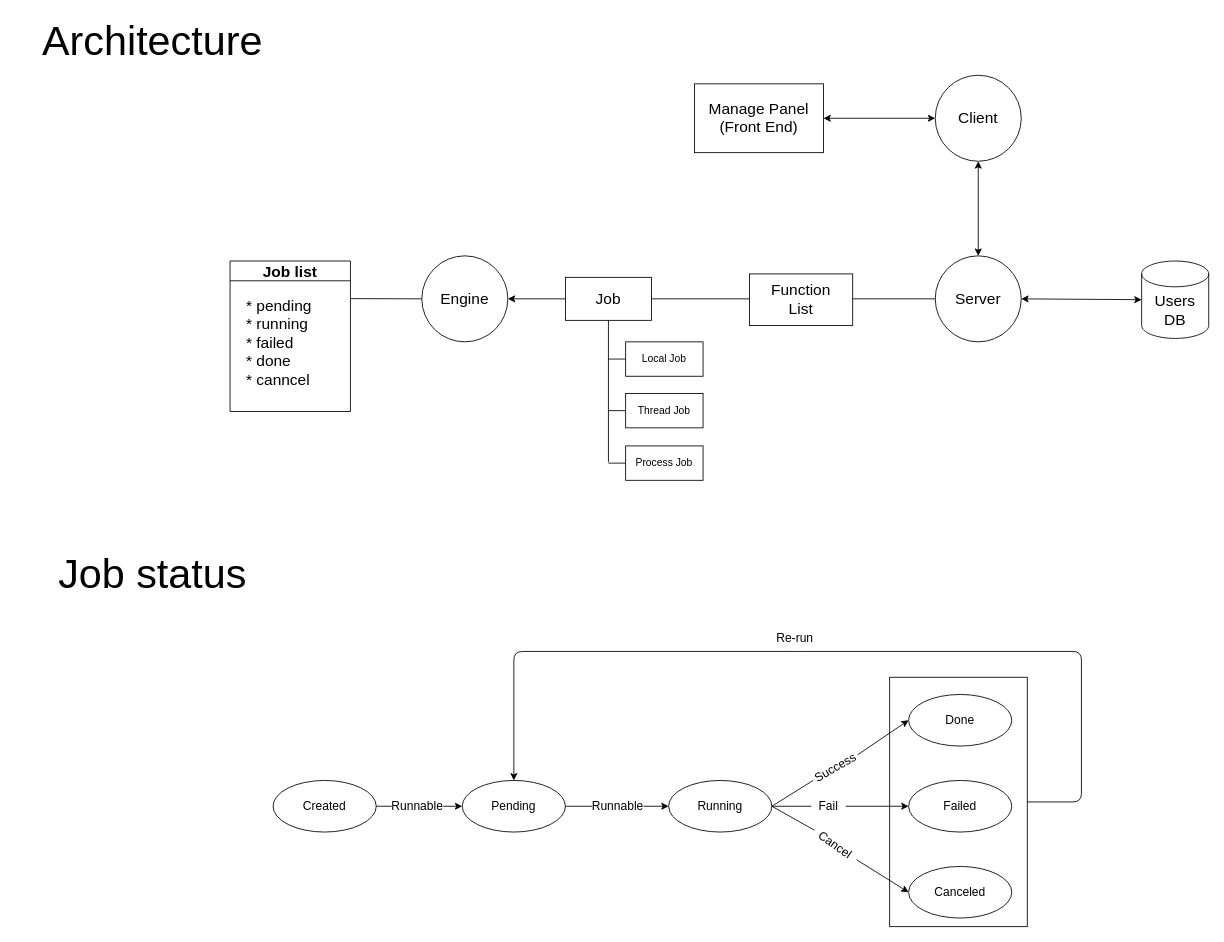
Earlier version of the draw.io diagram doc/arch.drawio (Nanguage/executor-engine). Source tidied: cells renumbered, new cells numbered last; positions are measured from the earlier drawing's top-left corner, leaving out a move shared by most shapes. Both pictures are drawn from the tidied source at 86%, with x=0, y=0 at pixel (15, 15).
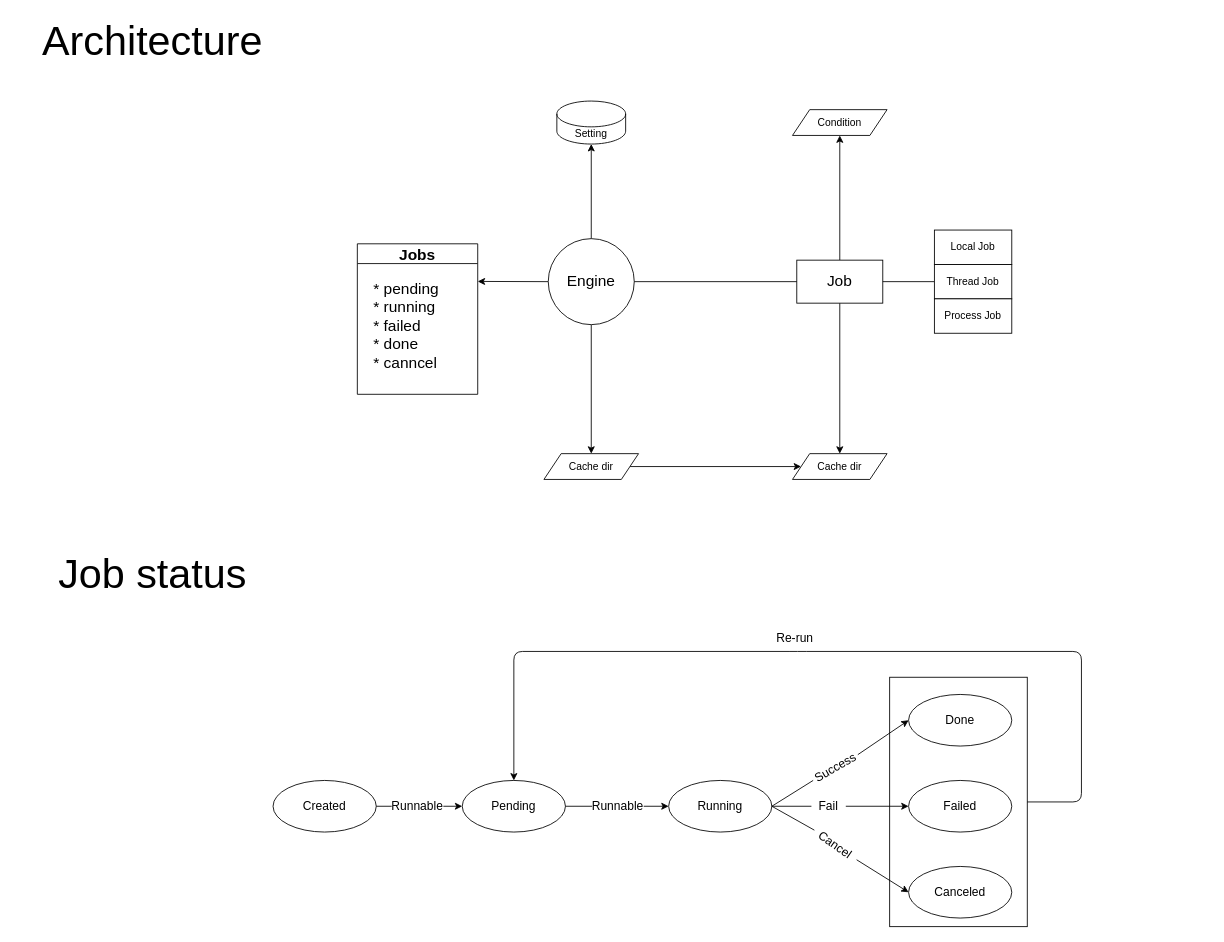
Above is the later version.

Change to the diagram source:
```diff
@@
+    <mxCell id="50" style="edgeStyle=none;html=1;exitX=0.5;exitY=1;exitDx=0;exitDy=0;entryX=0.5;entryY=0;entryDx=0;entryDy=0;" parent="1" edge="1" source="2" target="54">
+      <mxGeometry relative="1" as="geometry" />
+    </mxCell>
+    <mxCell id="51" style="edgeStyle=none;html=1;exitX=0;exitY=0.5;exitDx=0;exitDy=0;entryX=1;entryY=0.25;entryDx=0;entryDy=0;" parent="1" edge="1" source="2" target="3">
+      <mxGeometry relative="1" as="geometry" />
+    </mxCell>
+    <mxCell id="52" style="edgeStyle=none;html=1;exitX=0.5;exitY=0;exitDx=0;exitDy=0;entryX=0.5;entryY=1;entryDx=0;entryDy=0;entryPerimeter=0;" parent="1" edge="1" source="2" target="62">
+      <mxGeometry relative="1" as="geometry" />
+    </mxCell>
     <mxCell id="2" value="&lt;font style=&quot;font-size: 18px&quot;&gt;Engine&lt;/font&gt;" style="ellipse;whiteSpace=wrap;html=1;" parent="1" vertex="1">
-      <mxGeometry x="473" y="280" width="100" height="100" as="geometry" />
+      <mxGeometry x="620" y="260" width="100" height="100" as="geometry" />
     </mxCell>
-    <mxCell id="3" value="Job list" style="swimlane;fontSize=18;" parent="1" vertex="1">
-      <mxGeometry x="250" y="286" width="140" height="175" as="geometry" />
+    <mxCell id="3" value="Jobs" style="swimlane;fontSize=18;" parent="1" vertex="1">
+      <mxGeometry x="398" y="266" width="140" height="175" as="geometry" />
     </mxCell>
@@
-    <mxCell id="5" style="endArrow=none;html=1;fontSize=18;exitX=1;exitY=0.25;exitDx=0;exitDy=0;entryX=0;entryY=0.5;entryDx=0;entryDy=0;" parent="1" edge="1" source="3" target="2">
-      <mxGeometry relative="1" as="geometry" />
-    </mxCell>
-    <mxCell id="6" style="edgeStyle=none;html=1;exitX=0;exitY=0.5;exitDx=0;exitDy=0;entryX=1;entryY=0.5;entryDx=0;entryDy=0;fontSize=18;" parent="1" edge="1" source="7" target="2">
-      <mxGeometry relative="1" as="geometry" />
-    </mxCell>
-    <mxCell id="7" value="Server" style="ellipse;whiteSpace=wrap;html=1;fontSize=18;" parent="1" vertex="1">
-      <mxGeometry x="1070" y="280" width="100" height="100" as="geometry" />
-    </mxCell>
-    <mxCell id="8" style="group;" parent="1" vertex="1">
-      <mxGeometry x="640" y="305" width="160" height="220" as="geometry" />
-    </mxCell>
-    <mxCell id="9" value="Thread Job" style="rounded=0;whiteSpace=wrap;html=1;" parent="8" vertex="1">
-      <mxGeometry x="70" y="135" width="90" height="40" as="geometry" />
-    </mxCell>
-    <mxCell id="10" value="Local Job" style="rounded=0;whiteSpace=wrap;html=1;" parent="8" vertex="1">
-      <mxGeometry x="70" y="75" width="90" height="40" as="geometry" />
-    </mxCell>
-    <mxCell id="11" value="Process&amp;nbsp;Job" style="rounded=0;whiteSpace=wrap;html=1;" parent="8" vertex="1">
-      <mxGeometry x="70" y="196" width="90" height="40" as="geometry" />
-    </mxCell>
-    <mxCell id="12" style="endArrow=none;html=1;entryX=0.5;entryY=1;entryDx=0;entryDy=0;" parent="8" edge="1" target="16">
-      <mxGeometry relative="1" as="geometry">
-        <mxPoint x="50" y="215" as="sourcePoint" />
-      </mxGeometry>
-    </mxCell>
-    <mxCell id="13" style="endArrow=none;html=1;entryX=0;entryY=0.5;entryDx=0;entryDy=0;" parent="8" edge="1" target="10">
-      <mxGeometry relative="1" as="geometry">
-        <mxPoint x="50" y="95" as="sourcePoint" />
-      </mxGeometry>
-    </mxCell>
-    <mxCell id="14" style="endArrow=none;html=1;entryX=0;entryY=0.5;entryDx=0;entryDy=0;" parent="8" edge="1" target="9">
-      <mxGeometry relative="1" as="geometry">
-        <mxPoint x="50" y="155" as="sourcePoint" />
-      </mxGeometry>
-    </mxCell>
-    <mxCell id="15" style="endArrow=none;html=1;entryX=0;entryY=0.5;entryDx=0;entryDy=0;" parent="8" edge="1" target="11">
-      <mxGeometry relative="1" as="geometry">
-        <mxPoint x="50" y="216" as="sourcePoint" />
-      </mxGeometry>
-    </mxCell>
-    <mxCell id="16" value="&lt;font style=&quot;font-size: 18px&quot;&gt;Job&lt;/font&gt;" style="rounded=0;whiteSpace=wrap;html=1;" parent="8" vertex="1">
-      <mxGeometry width="100" height="50" as="geometry" />
-    </mxCell>
-    <mxCell id="17" value="Client" style="ellipse;whiteSpace=wrap;html=1;fontSize=18;" parent="1" vertex="1">
-      <mxGeometry x="1070" y="70" width="100" height="100" as="geometry" />
-    </mxCell>
-    <mxCell id="18" style="endArrow=classic;startArrow=classic;html=1;fontSize=18;entryX=0.5;entryY=1;entryDx=0;entryDy=0;" parent="1" edge="1" source="7" target="17">
-      <mxGeometry relative="1" as="geometry" />
-    </mxCell>
-    <mxCell id="19" value="Manage Panel&lt;br&gt;(Front End)" style="rounded=0;whiteSpace=wrap;html=1;fontSize=18;" parent="1" vertex="1">
-      <mxGeometry x="790" y="80" width="150" height="80" as="geometry" />
-    </mxCell>
-    <mxCell id="20" style="endArrow=classic;startArrow=classic;html=1;fontSize=18;exitX=1;exitY=0.5;exitDx=0;exitDy=0;entryX=0;entryY=0.5;entryDx=0;entryDy=0;" parent="1" edge="1" source="19" target="17">
-      <mxGeometry relative="1" as="geometry" />
-    </mxCell>
-    <mxCell id="21" value="Users&lt;br&gt;DB" style="shape=cylinder3;whiteSpace=wrap;html=1;boundedLbl=1;backgroundOutline=1;size=15;fontSize=18;" parent="1" vertex="1">
-      <mxGeometry x="1310" y="286" width="78" height="90" as="geometry" />
-    </mxCell>
-    <mxCell id="22" style="endArrow=classic;startArrow=classic;html=1;fontSize=18;exitX=1;exitY=0.5;exitDx=0;exitDy=0;entryX=0;entryY=0.5;entryDx=0;entryDy=0;entryPerimeter=0;" parent="1" edge="1" source="7" target="21">
-      <mxGeometry relative="1" as="geometry" />
-    </mxCell>
-    <mxCell id="23" value="Function&lt;br&gt;List" style="rounded=0;whiteSpace=wrap;html=1;fontSize=18;" parent="1" vertex="1">
-      <mxGeometry x="854" y="301" width="120" height="60" as="geometry" />
-    </mxCell>
@@
+    <mxCell id="53" style="edgeStyle=none;html=1;exitX=1;exitY=0.5;exitDx=0;exitDy=0;entryX=0;entryY=0.5;entryDx=0;entryDy=0;" parent="1" edge="1" source="54" target="59">
+      <mxGeometry relative="1" as="geometry" />
+    </mxCell>
+    <mxCell id="54" value="Cache dir" style="shape=parallelogram;perimeter=parallelogramPerimeter;whiteSpace=wrap;html=1;fixedSize=1;" parent="1" vertex="1">
+      <mxGeometry x="615" y="510" width="110" height="30" as="geometry" />
+    </mxCell>
+    <mxCell id="55" style="edgeStyle=none;html=1;exitX=0.5;exitY=1;exitDx=0;exitDy=0;entryX=0.5;entryY=0;entryDx=0;entryDy=0;" parent="1" edge="1" source="16" target="59">
+      <mxGeometry relative="1" as="geometry" />
+    </mxCell>
+    <mxCell id="56" style="edgeStyle=none;html=1;exitX=0.5;exitY=0;exitDx=0;exitDy=0;entryX=0.5;entryY=1;entryDx=0;entryDy=0;" parent="1" edge="1" source="16" target="61">
+      <mxGeometry relative="1" as="geometry" />
+    </mxCell>
+    <mxCell id="16" value="&lt;font style=&quot;font-size: 18px&quot;&gt;Job&lt;/font&gt;" style="rounded=0;whiteSpace=wrap;html=1;" parent="1" vertex="1">
+      <mxGeometry x="909" y="285" width="100" height="50" as="geometry" />
+    </mxCell>
+    <mxCell id="57" style="endArrow=none;html=1;exitX=1;exitY=0.5;exitDx=0;exitDy=0;entryX=0;entryY=0.5;entryDx=0;entryDy=0;" parent="1" edge="1" source="16" target="9">
+      <mxGeometry relative="1" as="geometry" />
+    </mxCell>
+    <mxCell id="58" style="endArrow=none;html=1;exitX=1;exitY=0.5;exitDx=0;exitDy=0;entryX=0;entryY=0.5;entryDx=0;entryDy=0;" parent="1" edge="1" source="2" target="16">
+      <mxGeometry relative="1" as="geometry" />
+    </mxCell>
+    <mxCell id="59" value="Cache dir" style="shape=parallelogram;perimeter=parallelogramPerimeter;whiteSpace=wrap;html=1;fixedSize=1;" parent="1" vertex="1">
+      <mxGeometry x="904" y="510" width="110" height="30" as="geometry" />
+    </mxCell>
+    <mxCell id="60" style="group;" parent="1" vertex="1">
+      <mxGeometry x="1069" y="250" width="90" height="120" as="geometry" />
+    </mxCell>
+    <mxCell id="9" value="Thread Job" style="rounded=0;whiteSpace=wrap;html=1;" parent="60" vertex="1">
+      <mxGeometry y="40" width="90" height="40" as="geometry" />
+    </mxCell>
+    <mxCell id="10" value="Local Job" style="rounded=0;whiteSpace=wrap;html=1;" parent="60" vertex="1">
+      <mxGeometry width="90" height="40" as="geometry" />
+    </mxCell>
+    <mxCell id="11" value="Process&amp;nbsp;Job" style="rounded=0;whiteSpace=wrap;html=1;" parent="60" vertex="1">
+      <mxGeometry y="80" width="90" height="40" as="geometry" />
+    </mxCell>
+    <mxCell id="61" value="Condition" style="shape=parallelogram;perimeter=parallelogramPerimeter;whiteSpace=wrap;html=1;fixedSize=1;" parent="1" vertex="1">
+      <mxGeometry x="904" y="110" width="110" height="30" as="geometry" />
+    </mxCell>
+    <mxCell id="62" value="Setting" style="shape=cylinder3;whiteSpace=wrap;html=1;boundedLbl=1;backgroundOutline=1;size=15;" parent="1" vertex="1">
+      <mxGeometry x="630" y="100" width="80" height="50" as="geometry" />
+    </mxCell>
```
